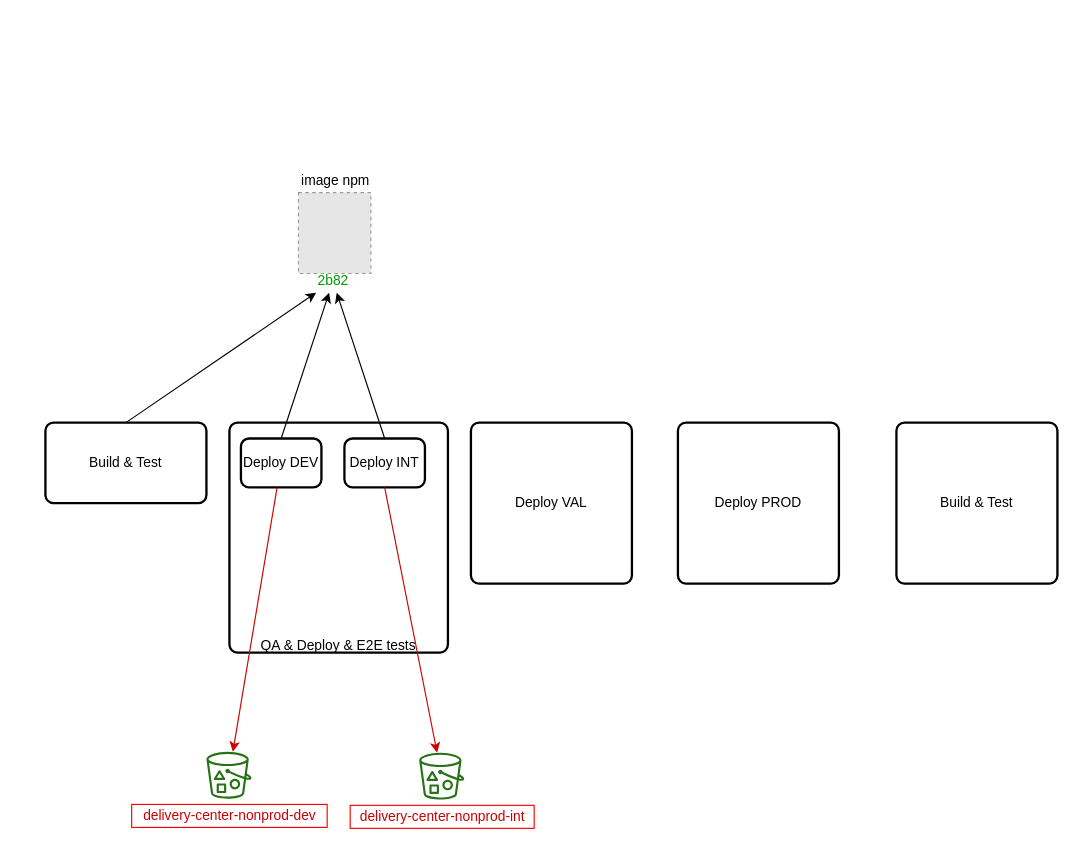
The draw.io diagram JenkinsOccFlow.drawio in claytonbrown/aws-drawing, before the edit. Source tidied: cells renumbered, new cells numbered last; positions are measured from the earlier drawing's top-left corner, leaving out a move shared by most shapes. Both pictures are drawn from the tidied source at 115%, with x=0, y=0 at pixel (45, 169). Pictures stored in the file or linked from it are replaced by grey dashed boxes.
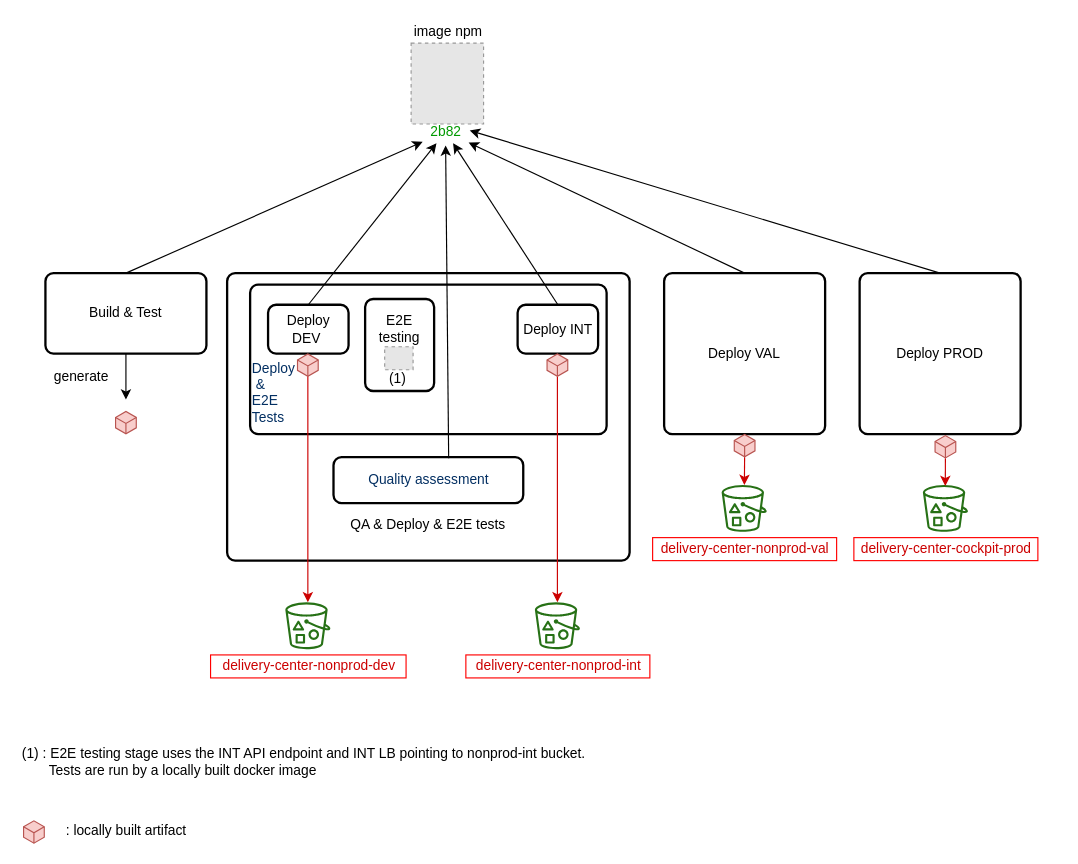
After the change.

Unchanged cells that the change refers to:
```xml
<mxCell id="13" style="outlineConnect=0;fontColor=#232F3E;gradientColor=none;fillColor=#277116;strokeColor=#FF0000;dashed=0;verticalLabelPosition=bottom;verticalAlign=top;align=center;html=1;fontSize=12;fontStyle=0;shape=mxgraph.aws4.bucket_with_objects;" parent="12" vertex="1">
  <mxGeometry x="65" width="39.2" height="40.8" as="geometry" />
</mxCell>
<mxCell id="16" style="outlineConnect=0;fontColor=#232F3E;gradientColor=none;fillColor=#277116;strokeColor=#FF0000;dashed=0;verticalLabelPosition=bottom;verticalAlign=top;align=center;html=1;fontSize=12;fontStyle=0;shape=mxgraph.aws4.bucket_with_objects;" parent="15" vertex="1">
  <mxGeometry x="65" width="39.2" height="40.8" as="geometry" />
</mxCell>
<mxCell id="24" value="&lt;font color=&quot;#009900&quot;&gt;2b82&lt;/font&gt;" style="text;html=1;align=center;verticalAlign=middle;points=[];" parent="18" vertex="1">
  <mxGeometry x="10" y="67" width="40" height="20" as="geometry" />
</mxCell>
```

Change to the diagram source:
```diff
@@
     <mxCell id="2" value="Build &amp;amp; Test" style="rounded=1;whiteSpace=wrap;html=1;absoluteArcSize=1;arcSize=14;strokeWidth=2;" parent="1" vertex="1">
-      <mxGeometry y="220" width="140" height="70" as="geometry" />
+      <mxGeometry y="90" width="140" height="70" as="geometry" />
     </mxCell>
     <mxCell id="3" value="&lt;br&gt;&lt;br&gt;&lt;br&gt;&lt;br&gt;&lt;br&gt;&lt;br&gt;&lt;br&gt;&lt;br&gt;&lt;br&gt;&lt;br&gt;&lt;br&gt;&lt;br&gt;&lt;br&gt;QA &amp;amp; Deploy &amp;amp; E2E tests&lt;br&gt;" style="rounded=1;whiteSpace=wrap;html=1;absoluteArcSize=1;arcSize=14;strokeWidth=2;align=center;" parent="1" vertex="1">
-      <mxGeometry x="160" y="220" width="190" height="200" as="geometry" />
+      <mxGeometry x="158" y="90" width="350" height="250" as="geometry" />
     </mxCell>
     <mxCell id="4" value="Deploy VAL" style="rounded=1;whiteSpace=wrap;html=1;absoluteArcSize=1;arcSize=14;strokeWidth=2;" parent="1" vertex="1">
-      <mxGeometry x="370" y="220" width="140" height="140" as="geometry" />
+      <mxGeometry x="538" y="90" width="140" height="140" as="geometry" />
     </mxCell>
     <mxCell id="5" value="Deploy PROD" style="rounded=1;whiteSpace=wrap;html=1;absoluteArcSize=1;arcSize=14;strokeWidth=2;" parent="1" vertex="1">
-      <mxGeometry x="550" y="220" width="140" height="140" as="geometry" />
+      <mxGeometry x="708" y="90" width="140" height="140" as="geometry" />
     </mxCell>
-    <mxCell id="6" value="Build &amp;amp; Test" style="rounded=1;whiteSpace=wrap;html=1;absoluteArcSize=1;arcSize=14;strokeWidth=2;" parent="1" vertex="1">
-      <mxGeometry x="740" y="220" width="140" height="140" as="geometry" />
-    </mxCell>
-    <mxCell id="7" style="endArrow=classic;html=1;" parent="1" edge="1" target="24">
-      <mxGeometry relative="1" as="geometry">
-        <mxPoint x="70" y="220" as="sourcePoint" />
-      </mxGeometry>
+    <mxCell id="7" style="endArrow=classic;html=1;exitX=0.5;exitY=0;exitDx=0;exitDy=0;" parent="1" edge="1" source="2" target="24">
+      <mxGeometry relative="1" as="geometry" />
     </mxCell>
-    <mxCell id="8" style="endArrow=classic;html=1;exitX=0.5;exitY=0;exitDx=0;exitDy=0;" parent="1" edge="1" source="9" target="24">
-      <mxGeometry relative="1" as="geometry" />
-    </mxCell>
-    <mxCell id="9" value="Deploy DEV" style="rounded=1;whiteSpace=wrap;html=1;absoluteArcSize=1;arcSize=14;strokeWidth=2;" parent="1" vertex="1">
-      <mxGeometry x="170" y="233.8" width="70" height="42.5" as="geometry" />
-    </mxCell>
-    <mxCell id="10" value="Deploy INT" style="rounded=1;whiteSpace=wrap;html=1;absoluteArcSize=1;arcSize=14;strokeWidth=2;" parent="1" vertex="1">
-      <mxGeometry x="260" y="233.8" width="70" height="42.5" as="geometry" />
-    </mxCell>
-    <mxCell id="11" style="endArrow=classic;html=1;exitX=0.5;exitY=0;exitDx=0;exitDy=0;" parent="1" edge="1" source="10" target="24">
-      <mxGeometry relative="1" as="geometry" />
-    </mxCell>
     <mxCell id="12" style="group;strokeColor=none;" parent="1" vertex="1">
-      <mxGeometry x="75" y="506.2" width="170" height="65.8" as="geometry" />
+      <mxGeometry x="143.6" y="376.2" width="170" height="65.8" as="geometry" />
     </mxCell>
@@
     <mxCell id="15" style="group;strokeColor=none;" parent="1" vertex="1">
-      <mxGeometry x="260" y="507" width="170" height="65.8" as="geometry" />
+      <mxGeometry x="360.6" y="376.2" width="170" height="65.8" as="geometry" />
     </mxCell>
@@
     <mxCell id="18" style="group;" parent="1" vertex="1">
-      <mxGeometry x="220" y="20" width="66.5" height="90.3" as="geometry" />
+      <mxGeometry x="318" y="-110" width="66.5" height="90.3" as="geometry" />
     </mxCell>
@@
+    <mxCell id="27" value="&lt;span style=&quot;color: rgb(3 , 47 , 98) ; font-family: , &amp;#34;consolas&amp;#34; , &amp;#34;liberation mono&amp;#34; , &amp;#34;menlo&amp;#34; , &amp;#34;courier&amp;#34; , monospace ; white-space: pre ; background-color: rgb(255 , 255 , 255)&quot;&gt;&lt;br&gt;&lt;br&gt;&lt;br&gt;&lt;br&gt;&lt;br&gt;Deploy&lt;br&gt; &amp;amp; &lt;br/&gt;E2E &lt;br/&gt;Tests&lt;br/&gt;&lt;br/&gt;&lt;/span&gt;" style="rounded=1;whiteSpace=wrap;html=1;absoluteArcSize=1;arcSize=14;strokeWidth=2;align=left;" parent="1" vertex="1">
+      <mxGeometry x="178" y="100" width="310" height="130" as="geometry" />
+    </mxCell>
+    <mxCell id="9" value="Deploy DEV&amp;nbsp;" style="rounded=1;whiteSpace=wrap;html=1;absoluteArcSize=1;arcSize=14;strokeWidth=2;" parent="1" vertex="1">
+      <mxGeometry x="193.6" y="117.5" width="70" height="42.5" as="geometry" />
+    </mxCell>
+    <mxCell id="10" value="Deploy INT" style="rounded=1;whiteSpace=wrap;html=1;absoluteArcSize=1;arcSize=14;strokeWidth=2;" parent="1" vertex="1">
+      <mxGeometry x="410.6" y="117.5" width="70" height="42.5" as="geometry" />
+    </mxCell>
-    <mxCell id="25" style="endArrow=classic;html=1;fillColor=#CC0000;strokeColor=#CC0000;" parent="1" edge="1" source="9" target="13">
+    <mxCell id="25" style="endArrow=classic;html=1;fillColor=#CC0000;strokeColor=#CC0000;exitX=0;exitY=0;exitDx=9;exitDy=19.696152422706632;exitPerimeter=0;" parent="1" edge="1" source="50" target="13">
       <mxGeometry relative="1" as="geometry" />
     </mxCell>
-    <mxCell id="26" style="endArrow=classic;html=1;exitX=0.5;exitY=1;exitDx=0;exitDy=0;fillColor=#CC0000;strokeColor=#CC0000;" parent="1" edge="1" source="10" target="16">
+    <mxCell id="26" style="endArrow=classic;html=1;exitX=0.5;exitY=1;exitDx=0;exitDy=0;fillColor=#CC0000;strokeColor=#CC0000;" parent="1" edge="1" source="52" target="16">
       <mxGeometry relative="1" as="geometry" />
     </mxCell>
+    <mxCell id="8" style="endArrow=classic;html=1;exitX=0.5;exitY=0;exitDx=0;exitDy=0;" parent="1" edge="1" source="9" target="24">
+      <mxGeometry relative="1" as="geometry" />
+    </mxCell>
+    <mxCell id="11" style="endArrow=classic;html=1;exitX=0.5;exitY=0;exitDx=0;exitDy=0;" parent="1" edge="1" source="10" target="24">
+      <mxGeometry relative="1" as="geometry" />
+    </mxCell>
+    <mxCell id="28" value="&lt;span style=&quot;color: rgb(3 , 47 , 98) ; font-family: , &amp;#34;consolas&amp;#34; , &amp;#34;liberation mono&amp;#34; , &amp;#34;menlo&amp;#34; , &amp;#34;courier&amp;#34; , monospace ; white-space: pre ; background-color: rgb(255 , 255 , 255)&quot;&gt;Quality assessment&lt;br&gt;&lt;/span&gt;" style="rounded=1;whiteSpace=wrap;html=1;absoluteArcSize=1;arcSize=14;strokeWidth=2;" parent="1" vertex="1">
+      <mxGeometry x="250.5" y="250" width="165" height="40" as="geometry" />
+    </mxCell>
+    <mxCell id="29" style="group;" parent="1" vertex="1">
+      <mxGeometry x="278" y="117.5" width="60" height="80" as="geometry" />
+    </mxCell>
+    <mxCell id="30" value="E2E testing&lt;br&gt;&lt;br&gt;&lt;br&gt;" style="rounded=1;whiteSpace=wrap;html=1;absoluteArcSize=1;arcSize=14;strokeWidth=2;" parent="29" vertex="1">
+      <mxGeometry y="-5" width="60" height="80" as="geometry" />
+    </mxCell>
+    <mxCell id="31" style="fillColor=#E6E6E6;strokeColor=#999999;dashed=1;verticalLabelPosition=bottom;labelBackgroundColor=#ffffff;verticalAlign=top;" parent="29" vertex="1">
+      <mxGeometry x="17" y="36.5" width="24.7" height="20" as="geometry" />
+    </mxCell>
+    <mxCell id="32" value="(1)" style="text;html=1;align=center;verticalAlign=middle;" parent="29" vertex="1">
+      <mxGeometry x="12.7" y="54.5" width="30" height="20" as="geometry" />
+    </mxCell>
+    <mxCell id="33" style="endArrow=classic;html=1;exitX=0.5;exitY=0;exitDx=0;exitDy=0;" parent="1" edge="1" source="4" target="24">
+      <mxGeometry relative="1" as="geometry" />
+    </mxCell>
+    <mxCell id="34" value="(1) : E2E testing stage uses the INT API endpoint and INT LB pointing to nonprod-int bucket. &lt;br&gt;&amp;nbsp; &amp;nbsp; &amp;nbsp; &amp;nbsp;Tests are run by a locally built docker image" style="text;html=1;align=left;verticalAlign=middle;" parent="1" vertex="1">
+      <mxGeometry x="-22" y="500" width="510" height="30" as="geometry" />
+    </mxCell>
+    <mxCell id="35" style="endArrow=classic;html=1;entryX=0.5;entryY=1.1;entryDx=0;entryDy=0;entryPerimeter=0;exitX=0.607;exitY=0.025;exitDx=0;exitDy=0;exitPerimeter=0;" parent="1" edge="1" source="28" target="24">
+      <mxGeometry relative="1" as="geometry" />
+    </mxCell>
+    <mxCell id="36" style="group;strokeColor=none;" parent="1" vertex="1">
+      <mxGeometry x="523" y="274.2" width="170" height="65.8" as="geometry" />
+    </mxCell>
+    <mxCell id="37" style="outlineConnect=0;fontColor=#232F3E;gradientColor=none;fillColor=#277116;strokeColor=#FF0000;dashed=0;verticalLabelPosition=bottom;verticalAlign=top;align=center;html=1;fontSize=12;fontStyle=0;shape=mxgraph.aws4.bucket_with_objects;" parent="36" vertex="1">
+      <mxGeometry x="65" width="39.2" height="40.8" as="geometry" />
+    </mxCell>
+    <mxCell id="38" value="&lt;font color=&quot;#cc0000&quot;&gt;delivery-center-nonprod-val&lt;/font&gt;" style="text;html=1;align=center;verticalAlign=middle;strokeColor=#FF0000;" parent="36" vertex="1">
+      <mxGeometry x="5" y="45.8" width="160" height="20" as="geometry" />
+    </mxCell>
+    <mxCell id="39" style="endArrow=classic;html=1;exitX=0.5;exitY=1;exitDx=0;exitDy=0;fillColor=#CC0000;strokeColor=#CC0000;" parent="1" edge="1" source="54" target="37">
+      <mxGeometry relative="1" as="geometry" />
+    </mxCell>
+    <mxCell id="40" style="group;strokeColor=none;" parent="1" vertex="1">
+      <mxGeometry x="698" y="274.2" width="170" height="65.8" as="geometry" />
+    </mxCell>
+    <mxCell id="41" style="fontColor=#232F3E;gradientColor=none;fillColor=#277116;strokeColor=#FF0000;dashed=0;verticalLabelPosition=bottom;verticalAlign=top;align=center;html=1;fontSize=12;fontStyle=0;shape=mxgraph.aws4.bucket_with_objects;" parent="40" vertex="1">
+      <mxGeometry x="65" width="39.2" height="40.8" as="geometry" />
+    </mxCell>
+    <mxCell id="42" value="&lt;font color=&quot;#cc0000&quot;&gt;delivery-center-cockpit-prod&lt;/font&gt;" style="text;html=1;align=center;verticalAlign=middle;strokeColor=#FF0000;" parent="40" vertex="1">
+      <mxGeometry x="5" y="45.8" width="160" height="20" as="geometry" />
+    </mxCell>
+    <mxCell id="43" style="endArrow=classic;html=1;exitX=0.5;exitY=1;exitDx=0;exitDy=0;fillColor=#CC0000;strokeColor=#CC0000;" parent="1" edge="1" source="56">
+      <mxGeometry relative="1" as="geometry">
+        <mxPoint x="782.5" y="275.2" as="targetPoint" />
+      </mxGeometry>
+    </mxCell>
+    <mxCell id="44" style="endArrow=classic;html=1;exitX=0.5;exitY=0;exitDx=0;exitDy=0;entryX=1.025;entryY=0.45;entryDx=0;entryDy=0;entryPerimeter=0;" parent="1" edge="1" source="5" target="24">
+      <mxGeometry relative="1" as="geometry" />
+    </mxCell>
+    <mxCell id="45" style="html=1;whiteSpace=wrap;shape=isoCube;backgroundOutline=1;align=left;fillColor=#f8cecc;strokeColor=#b85450;" parent="1" vertex="1">
+      <mxGeometry x="-19" y="566" width="18" height="20" as="geometry" />
+    </mxCell>
+    <mxCell id="46" value=": locally built artifact" style="text;html=1;align=center;verticalAlign=middle;" parent="1" vertex="1">
+      <mxGeometry x="10" y="565" width="120" height="20" as="geometry" />
+    </mxCell>
+    <mxCell id="47" style="html=1;whiteSpace=wrap;shape=isoCube;backgroundOutline=1;align=left;fillColor=#f8cecc;strokeColor=#b85450;" parent="1" vertex="1">
+      <mxGeometry x="61" y="210" width="18" height="20" as="geometry" />
+    </mxCell>
+    <mxCell id="48" style="endArrow=classic;html=1;exitX=0.5;exitY=1;exitDx=0;exitDy=0;" parent="1" edge="1" source="2">
+      <mxGeometry relative="1" as="geometry">
+        <mxPoint x="70" y="200" as="targetPoint" />
+      </mxGeometry>
+    </mxCell>
+    <mxCell id="49" value="generate" style="text;html=1;align=center;verticalAlign=middle;" parent="1" vertex="1">
+      <mxGeometry x="1" y="170" width="60" height="20" as="geometry" />
+    </mxCell>
+    <mxCell id="50" style="html=1;whiteSpace=wrap;shape=isoCube;backgroundOutline=1;align=left;fillColor=#f8cecc;strokeColor=#b85450;" parent="1" vertex="1">
+      <mxGeometry x="219.2" y="160" width="18" height="20" as="geometry" />
+    </mxCell>
+    <mxCell id="51" style="endArrow=classic;html=1;fillColor=#CC0000;strokeColor=#CC0000;" parent="1" edge="1" source="9" target="50">
+      <mxGeometry relative="1" as="geometry" />
+    </mxCell>
+    <mxCell id="52" style="html=1;whiteSpace=wrap;shape=isoCube;backgroundOutline=1;align=left;fillColor=#f8cecc;strokeColor=#b85450;" parent="1" vertex="1">
+      <mxGeometry x="436.2" y="160" width="18" height="20" as="geometry" />
+    </mxCell>
+    <mxCell id="53" style="endArrow=classic;html=1;exitX=0.5;exitY=1;exitDx=0;exitDy=0;fillColor=#CC0000;strokeColor=#CC0000;" parent="1" edge="1" source="10" target="52">
+      <mxGeometry relative="1" as="geometry" />
+    </mxCell>
+    <mxCell id="54" style="html=1;whiteSpace=wrap;shape=isoCube;backgroundOutline=1;align=left;fillColor=#f8cecc;strokeColor=#b85450;" parent="1" vertex="1">
+      <mxGeometry x="599" y="230" width="18" height="20" as="geometry" />
+    </mxCell>
+    <mxCell id="55" style="endArrow=classic;html=1;exitX=0.5;exitY=1;exitDx=0;exitDy=0;fillColor=#CC0000;strokeColor=#CC0000;" parent="1" edge="1" source="4" target="54">
+      <mxGeometry relative="1" as="geometry" />
+    </mxCell>
+    <mxCell id="56" style="html=1;whiteSpace=wrap;shape=isoCube;backgroundOutline=1;align=left;fillColor=#f8cecc;strokeColor=#b85450;" parent="1" vertex="1">
+      <mxGeometry x="773.6" y="231" width="18" height="20" as="geometry" />
+    </mxCell>
+    <mxCell id="57" style="endArrow=classic;html=1;exitX=0.5;exitY=1;exitDx=0;exitDy=0;fillColor=#CC0000;strokeColor=#CC0000;" parent="1" edge="1" target="56">
+      <mxGeometry relative="1" as="geometry">
+        <mxPoint x="782.8" y="231" as="sourcePoint" />
+      </mxGeometry>
+    </mxCell>
```
